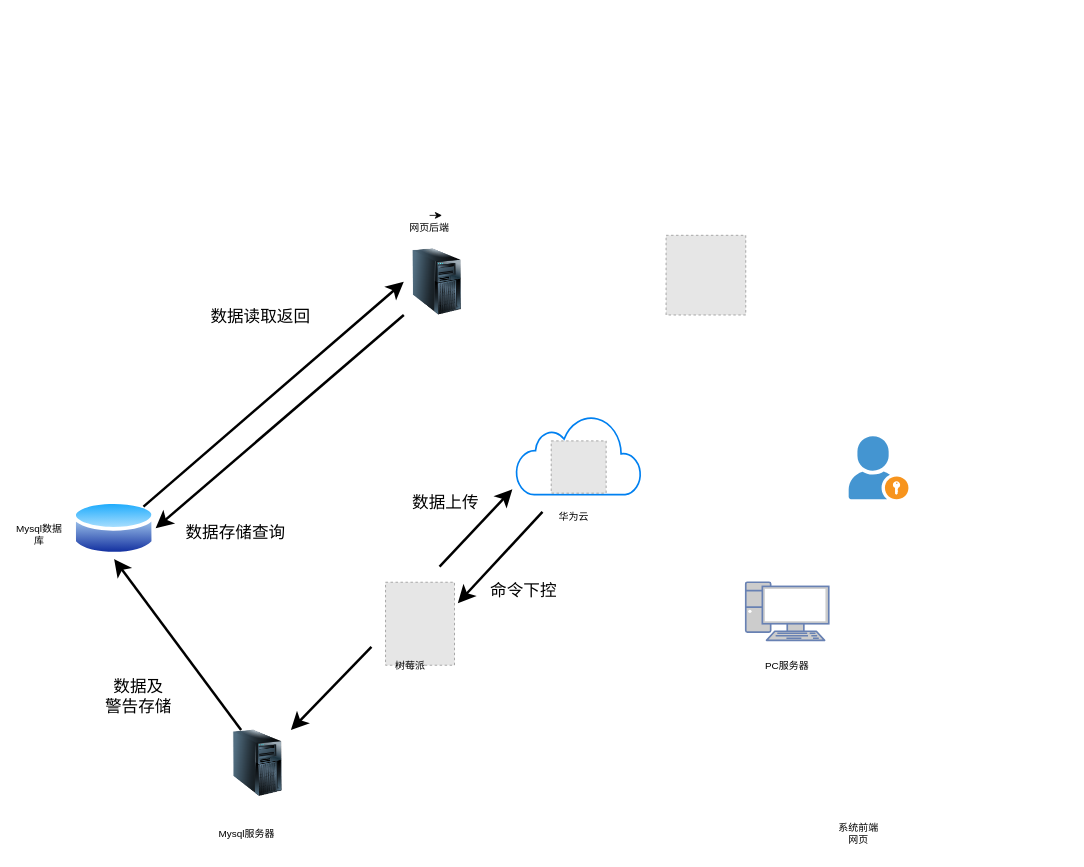
Earlier version of the draw.io diagram 物理拓扑.drawio (niusama2/papper_chart). Source tidied: cells renumbered, new cells numbered last; positions are measured from the earlier drawing's top-left corner, leaving out a move shared by most shapes. Both pictures are drawn from the tidied source at 83%, with x=0, y=0 at pixel (14, 215). Pictures stored in the file or linked from it are replaced by grey dashed boxes.
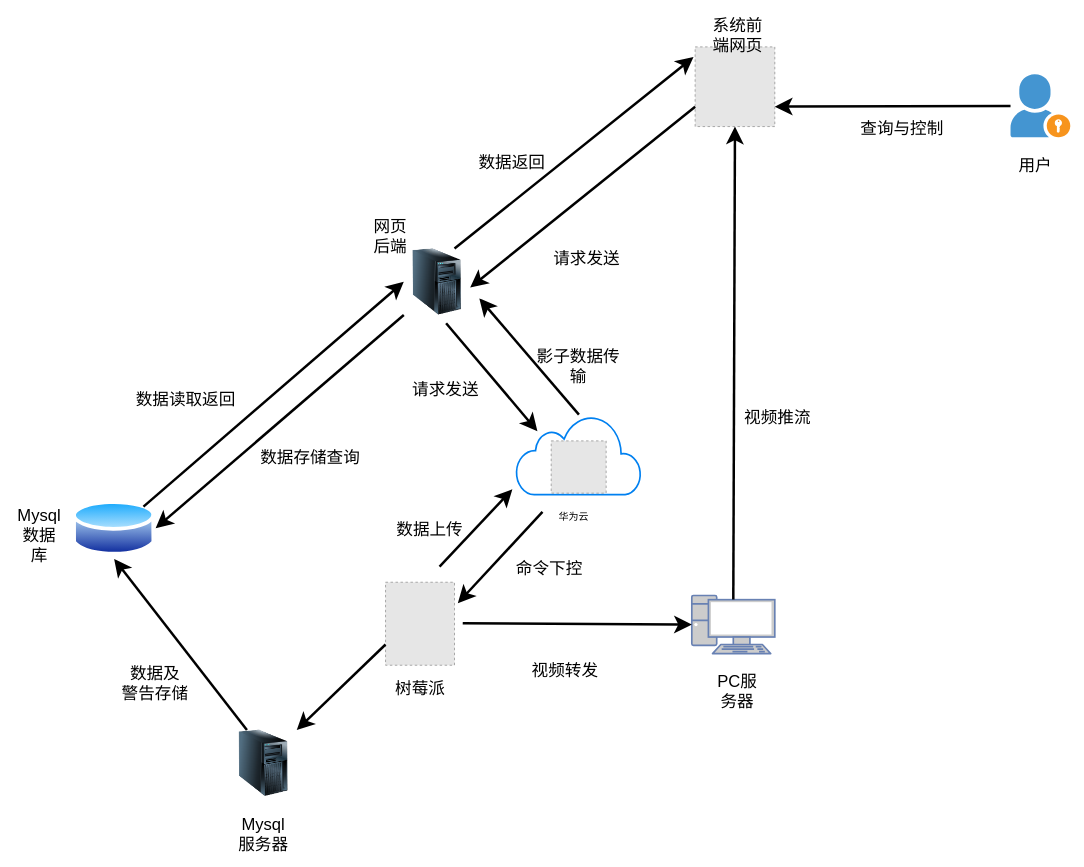
The same diagram, later.

Commit message:
更新物理拓扑.drawio

The change refers to these unchanged cells:
```xml
<mxCell id="3" style="fillColor=#E6E6E6;strokeColor=#999999;dashed=1;verticalLabelPosition=bottom;labelBackgroundColor=default;verticalAlign=top;" parent="1" vertex="1">
  <mxGeometry x="447" y="442" width="83.1" height="100" as="geometry" />
</mxCell>
<mxCell id="4" style="group;" parent="1" vertex="1">
  <mxGeometry x="570" y="220" width="187" height="120" as="geometry" />
</mxCell>
```

Change to the diagram source:
```diff
@@
+    <mxCell id="33" style="edgeStyle=none;rounded=1;orthogonalLoop=1;jettySize=auto;html=1;fontStyle=0;curved=0;strokeColor=default;targetPerimeterSpacing=0;endSize=12;startSize=12;strokeWidth=3;" parent="4" edge="1">
+      <mxGeometry relative="1" as="geometry">
+        <mxPoint x="-50" y="-90" as="sourcePoint" />
+        <mxPoint x="60" y="40" as="targetPoint" />
+      </mxGeometry>
+    </mxCell>
     <mxCell id="7" style="fontColor=#0066CC;verticalAlign=top;verticalLabelPosition=bottom;labelPosition=center;align=center;html=1;outlineConnect=0;fillColor=#CCCCCC;strokeColor=#6881B3;gradientColor=none;gradientDirection=north;strokeWidth=2;shape=mxgraph.networks.pc;" parent="1" vertex="1">
-      <mxGeometry x="881" y="442" width="100" height="70" as="geometry" />
+      <mxGeometry x="816" y="458" width="100" height="70" as="geometry" />
     </mxCell>
     <mxCell id="8" style="shadow=0;dashed=0;html=1;strokeColor=none;fillColor=#4495D1;labelPosition=center;verticalLabelPosition=bottom;verticalAlign=top;align=center;outlineConnect=0;shape=mxgraph.veeam.portal_admin;" parent="1" vertex="1">
-      <mxGeometry x="1005" y="266" width="72" height="76" as="geometry" />
+      <mxGeometry x="1200" y="-170" width="72" height="76" as="geometry" />
     </mxCell>
     <mxCell id="9" style="image;html=1;image=img/lib/clip_art/computers/Server_Tower_128x128.png;" parent="1" vertex="1">
-      <mxGeometry x="253" y="620" width="80" height="80" as="geometry" />
+      <mxGeometry x="260" y="620" width="80" height="80" as="geometry" />
     </mxCell>
@@
     <mxCell id="11" style="fillColor=#E6E6E6;strokeColor=#999999;dashed=1;verticalLabelPosition=bottom;labelBackgroundColor=default;verticalAlign=top;" parent="1" vertex="1">
-      <mxGeometry x="785" y="24" width="96" height="96" as="geometry" />
+      <mxGeometry x="820" y="-203" width="96" height="96" as="geometry" />
     </mxCell>
     <mxCell id="12" value="数据上传" style="text;html=1;align=center;verticalAlign=middle;whiteSpace=wrap;rounded=0;fontSize=20;" parent="1" vertex="1">
-      <mxGeometry x="460" y="334" width="119" height="22" as="geometry" />
+      <mxGeometry x="440.6" y="366" width="119" height="22" as="geometry" />
     </mxCell>
@@
     <mxCell id="14" value="命令下控" style="text;html=1;align=center;verticalAlign=middle;whiteSpace=wrap;rounded=0;fontSize=20;" parent="1" vertex="1">
-      <mxGeometry x="554" y="440" width="119" height="22" as="geometry" />
+      <mxGeometry x="585" y="414" width="119" height="22" as="geometry" />
     </mxCell>
@@
-    <mxCell id="16" value="树莓派" style="text;html=1;align=center;verticalAlign=middle;whiteSpace=wrap;rounded=0;" parent="1" vertex="1">
-      <mxGeometry x="447" y="528" width="60" height="30" as="geometry" />
+    <mxCell id="16" value="树莓派" style="text;html=1;align=center;verticalAlign=middle;whiteSpace=wrap;rounded=0;fontSize=20;" parent="1" vertex="1">
+      <mxGeometry x="452.8" y="554" width="71.5" height="30" as="geometry" />
     </mxCell>
-    <mxCell id="17" value="PC服务器" style="text;html=1;align=center;verticalAlign=middle;whiteSpace=wrap;rounded=0;" parent="1" vertex="1">
-      <mxGeometry x="901" y="528" width="60" height="30" as="geometry" />
+    <mxCell id="17" value="PC服务器" style="text;html=1;align=center;verticalAlign=middle;whiteSpace=wrap;rounded=0;fontSize=20;" parent="1" vertex="1">
+      <mxGeometry x="841" y="558" width="60" height="30" as="geometry" />
     </mxCell>
-    <mxCell id="18" value="Mysql服务器" style="text;html=1;align=center;verticalAlign=middle;whiteSpace=wrap;rounded=0;" parent="1" vertex="1">
-      <mxGeometry x="245" y="729" width="70" height="32" as="geometry" />
+    <mxCell id="18" value="Mysql服务器" style="text;html=1;align=center;verticalAlign=middle;whiteSpace=wrap;rounded=0;fontSize=20;" parent="1" vertex="1">
+      <mxGeometry x="265" y="729" width="70" height="32" as="geometry" />
     </mxCell>
+    <mxCell id="34" style="edgeStyle=none;rounded=0;jettySize=auto;html=1;" parent="1" edge="1" source="19" target="11">
+      <mxGeometry relative="1" as="geometry" />
+    </mxCell>
-    <mxCell id="19" value="系统前端网页" style="text;html=1;align=center;verticalAlign=middle;whiteSpace=wrap;rounded=0;" parent="1" vertex="1">
-      <mxGeometry x="987" y="730" width="60" height="30" as="geometry" />
+    <mxCell id="19" value="系统前端网页" style="text;html=1;align=center;verticalAlign=middle;whiteSpace=wrap;rounded=0;fontSize=20;" parent="1" vertex="1">
+      <mxGeometry x="831.5" y="-233" width="79" height="30" as="geometry" />
     </mxCell>
@@
-    <mxCell id="21" value="网页后端" style="text;html=1;align=center;verticalAlign=middle;whiteSpace=wrap;rounded=0;" parent="1" vertex="1">
-      <mxGeometry x="470.1" width="60" height="30" as="geometry" />
+    <mxCell id="21" value="网页后端" style="text;html=1;align=center;verticalAlign=middle;whiteSpace=wrap;rounded=0;fontSize=20;" parent="1" vertex="1">
+      <mxGeometry x="423" y="10" width="60" height="30" as="geometry" />
     </mxCell>
-    <mxCell id="22" value="Mysql数据库" style="text;html=1;align=center;verticalAlign=middle;whiteSpace=wrap;rounded=0;" parent="1" vertex="1">
+    <mxCell id="22" value="Mysql数据库" style="text;html=1;align=center;verticalAlign=middle;whiteSpace=wrap;rounded=0;fontSize=20;" parent="1" vertex="1">
       <mxGeometry y="370" width="60" height="30" as="geometry" />
     </mxCell>
-    <mxCell id="23" style="edgeStyle=none;rounded=1;jettySize=auto;html=1;fontStyle=0;curved=0;strokeColor=default;targetPerimeterSpacing=0;endSize=12;startSize=12;strokeWidth=3;entryX=1;entryY=0;entryDx=0;entryDy=0;" parent="1" edge="1" target="9">
-      <mxGeometry relative="1" as="geometry">
-        <mxPoint x="430" y="520" as="sourcePoint" />
-      </mxGeometry>
+    <mxCell id="23" style="edgeStyle=none;rounded=1;jettySize=auto;html=1;fontStyle=0;curved=0;strokeColor=default;targetPerimeterSpacing=0;endSize=12;startSize=12;strokeWidth=3;entryX=1;entryY=0;entryDx=0;entryDy=0;exitX=0;exitY=0.75;exitDx=0;exitDy=0;" parent="1" edge="1" source="3" target="9">
+      <mxGeometry relative="1" as="geometry" />
     </mxCell>
@@
     <mxCell id="25" value="数据及&lt;div&gt;警告存储&lt;/div&gt;" style="text;html=1;align=center;verticalAlign=middle;whiteSpace=wrap;rounded=0;fontSize=20;" parent="1" vertex="1">
-      <mxGeometry x="90" y="558" width="119" height="42" as="geometry" />
+      <mxGeometry x="110" y="542" width="119" height="42" as="geometry" />
     </mxCell>
@@
     <mxCell id="27" value="数据读取返回" style="text;html=1;align=center;verticalAlign=middle;whiteSpace=wrap;rounded=0;fontSize=20;" parent="1" vertex="1">
-      <mxGeometry x="230" y="110" width="133" height="22" as="geometry" />
+      <mxGeometry x="140" y="210" width="133" height="22" as="geometry" />
     </mxCell>
@@
     <mxCell id="31" value="数据存储查询" style="text;html=1;align=center;verticalAlign=middle;whiteSpace=wrap;rounded=0;fontSize=20;" parent="1" vertex="1">
-      <mxGeometry x="200" y="370" width="133" height="22" as="geometry" />
+      <mxGeometry x="290" y="280" width="133" height="22" as="geometry" />
     </mxCell>
-    <mxCell id="32" style="edgeStyle=none;rounded=0;orthogonalLoop=1;jettySize=auto;html=1;exitX=0.5;exitY=0;exitDx=0;exitDy=0;entryX=0.75;entryY=0;entryDx=0;entryDy=0;" parent="1" edge="1" source="21" target="21">
-      <mxGeometry relative="1" as="geometry" />
-    </mxCell>
+    <mxCell id="35" style="edgeStyle=none;rounded=1;orthogonalLoop=1;jettySize=auto;html=1;fontStyle=0;curved=0;strokeColor=default;targetPerimeterSpacing=0;endSize=12;startSize=12;strokeWidth=3;" parent="1" edge="1">
+      <mxGeometry relative="1" as="geometry">
+        <mxPoint x="680" y="240" as="sourcePoint" />
+        <mxPoint x="560" y="100" as="targetPoint" />
+      </mxGeometry>
+    </mxCell>
+    <mxCell id="36" value="影子数据传输" style="text;html=1;align=center;verticalAlign=middle;whiteSpace=wrap;rounded=0;fontSize=20;" parent="1" vertex="1">
+      <mxGeometry x="620" y="170" width="119" height="22" as="geometry" />
+    </mxCell>
+    <mxCell id="37" value="请求发送" style="text;html=1;align=center;verticalAlign=middle;whiteSpace=wrap;rounded=0;fontSize=20;" parent="1" vertex="1">
+      <mxGeometry x="460" y="198" width="119" height="22" as="geometry" />
+    </mxCell>
+    <mxCell id="38" style="edgeStyle=none;rounded=1;jettySize=auto;html=1;fontStyle=0;curved=0;strokeColor=default;targetPerimeterSpacing=0;endSize=12;startSize=12;strokeWidth=3;entryX=1;entryY=0.5;entryDx=0;entryDy=0;exitX=0;exitY=0.75;exitDx=0;exitDy=0;" parent="1" edge="1" source="11">
+      <mxGeometry relative="1" as="geometry">
+        <mxPoint x="549" y="87" as="targetPoint" />
+      </mxGeometry>
+    </mxCell>
+    <mxCell id="39" style="edgeStyle=none;rounded=1;jettySize=auto;html=1;fontStyle=0;curved=0;strokeColor=default;targetPerimeterSpacing=0;endSize=12;startSize=12;strokeWidth=3;exitX=1;exitY=0;exitDx=0;exitDy=0;entryX=-0.02;entryY=0.128;entryDx=0;entryDy=0;entryPerimeter=0;" parent="1" edge="1" target="11">
+      <mxGeometry relative="1" as="geometry">
+        <mxPoint x="530.1" y="40" as="sourcePoint" />
+      </mxGeometry>
+    </mxCell>
+    <mxCell id="40" value="请求发送" style="text;html=1;align=center;verticalAlign=middle;whiteSpace=wrap;rounded=0;fontSize=20;" parent="1" vertex="1">
+      <mxGeometry x="630" y="40" width="119" height="22" as="geometry" />
+    </mxCell>
+    <mxCell id="41" value="数据返回" style="text;html=1;align=center;verticalAlign=middle;whiteSpace=wrap;rounded=0;fontSize=20;" parent="1" vertex="1">
+      <mxGeometry x="540" y="-76" width="119" height="22" as="geometry" />
+    </mxCell>
+    <mxCell id="42" style="edgeStyle=none;rounded=1;jettySize=auto;html=1;fontStyle=0;curved=0;strokeColor=default;targetPerimeterSpacing=0;endSize=12;startSize=12;strokeWidth=3;entryX=1;entryY=0.75;entryDx=0;entryDy=0;" parent="1" edge="1" source="8" target="11">
+      <mxGeometry relative="1" as="geometry" />
+    </mxCell>
+    <mxCell id="43" value="查询与控制" style="text;html=1;align=center;verticalAlign=middle;whiteSpace=wrap;rounded=0;fontSize=20;" parent="1" vertex="1">
+      <mxGeometry x="1010" y="-116" width="119" height="22" as="geometry" />
+    </mxCell>
+    <mxCell id="44" style="edgeStyle=none;rounded=0;orthogonalLoop=1;jettySize=auto;html=1;exitX=0.5;exitY=1;exitDx=0;exitDy=0;" parent="1" edge="1" source="43" target="43">
+      <mxGeometry relative="1" as="geometry" />
+    </mxCell>
+    <mxCell id="45" value="用户" style="text;html=1;align=center;verticalAlign=middle;whiteSpace=wrap;rounded=0;fontSize=20;" parent="1" vertex="1">
+      <mxGeometry x="1200" y="-76" width="60" height="30" as="geometry" />
+    </mxCell>
+    <mxCell id="46" style="edgeStyle=none;rounded=1;jettySize=auto;html=1;fontStyle=0;curved=0;strokeColor=default;targetPerimeterSpacing=0;endSize=12;startSize=12;strokeWidth=3;entryX=0;entryY=0.5;entryDx=0;entryDy=0;exitX=0;exitY=0.75;exitDx=0;exitDy=0;entryPerimeter=0;" parent="1" edge="1" target="7">
+      <mxGeometry relative="1" as="geometry">
+        <mxPoint x="540" y="491.5" as="sourcePoint" />
+      </mxGeometry>
+    </mxCell>
+    <mxCell id="47" style="edgeStyle=none;rounded=1;jettySize=auto;html=1;fontStyle=0;curved=0;strokeColor=default;targetPerimeterSpacing=0;endSize=12;startSize=12;strokeWidth=3;entryX=0.5;entryY=1;entryDx=0;entryDy=0;exitX=0.5;exitY=0.07;exitDx=0;exitDy=0;exitPerimeter=0;" parent="1" edge="1" source="7" target="11">
+      <mxGeometry relative="1" as="geometry" />
+    </mxCell>
+    <mxCell id="48" value="视频转发" style="text;html=1;align=center;verticalAlign=middle;whiteSpace=wrap;rounded=0;fontSize=20;" parent="1" vertex="1">
+      <mxGeometry x="604" y="536" width="119" height="22" as="geometry" />
+    </mxCell>
+    <mxCell id="49" value="视频推流" style="text;html=1;align=center;verticalAlign=middle;whiteSpace=wrap;rounded=0;fontSize=20;" parent="1" vertex="1">
+      <mxGeometry x="860" y="232" width="119" height="22" as="geometry" />
+    </mxCell>
```
